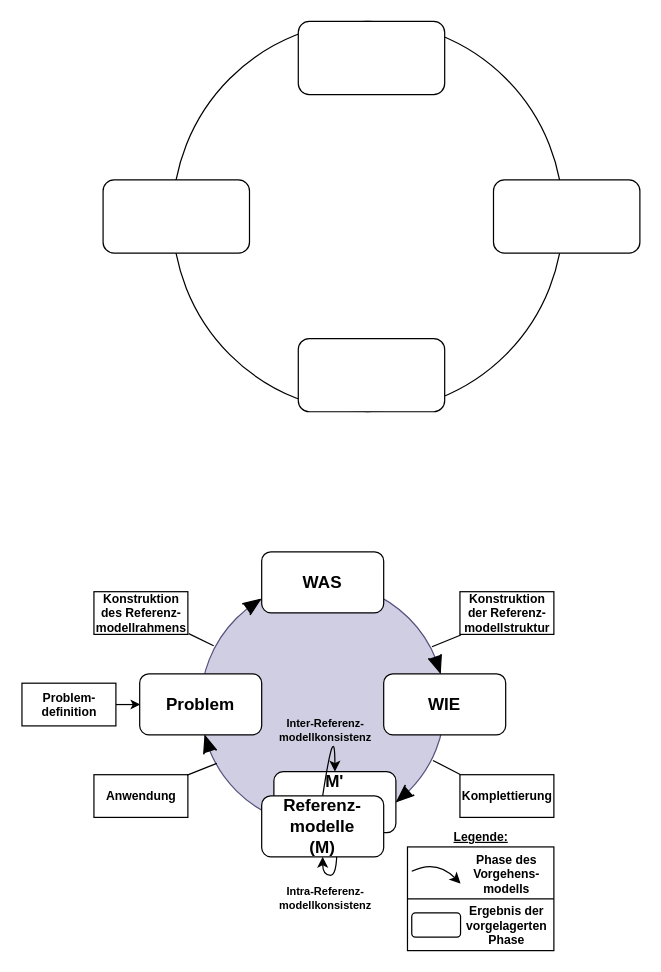
LukvonStrom/Bachelorarbeit keeps this draw.io diagram as page "Vorgehen-Referenzmodell" (3 of 15) of Bachelorarbeit.drawio. Above is the earlier version. Source tidied: cells renumbered, new cells numbered last; positions are measured from the earlier drawing's top-left corner, leaving out a move shared by most shapes. Both pictures are drawn from the tidied source at 122%, with x=0, y=0 at pixel (22, 21).
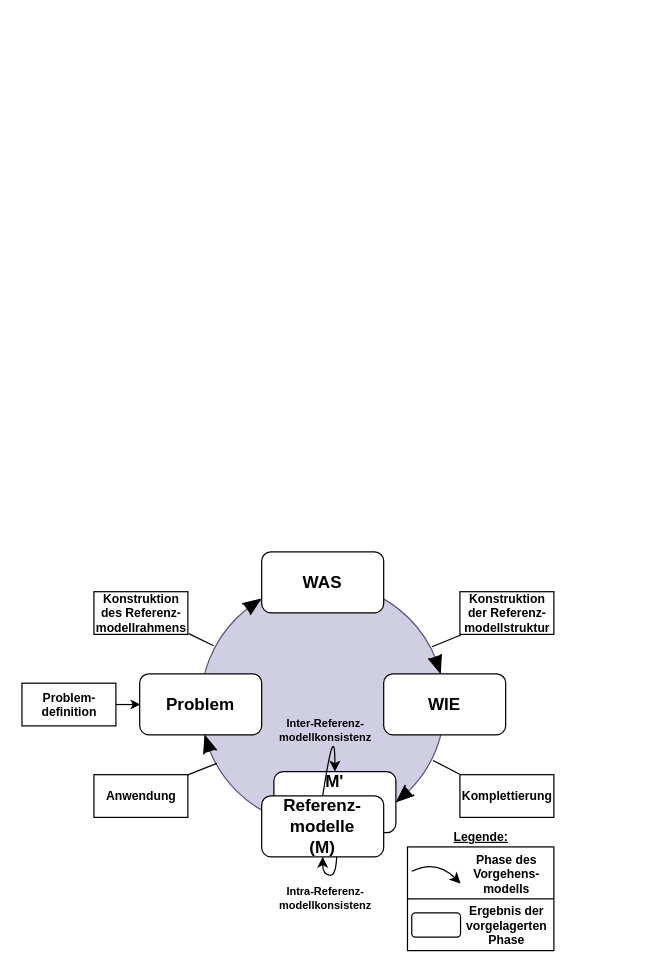
The same diagram, later.

Change to the diagram source:
```diff
@@
-    <mxCell id="2" style="ellipse;whiteSpace=wrap;html=1;" parent="1" vertex="1">
-      <mxGeometry x="123" width="320" height="320" as="geometry" />
-    </mxCell>
-    <mxCell id="3" style="rounded=1;whiteSpace=wrap;html=1;" parent="1" vertex="1">
-      <mxGeometry x="226" width="120" height="60" as="geometry" />
-    </mxCell>
-    <mxCell id="4" style="rounded=1;whiteSpace=wrap;html=1;" parent="1" vertex="1">
-      <mxGeometry x="226" y="260" width="120" height="60" as="geometry" />
-    </mxCell>
@@
-    <mxCell id="6" style="rounded=1;whiteSpace=wrap;html=1;" parent="1" vertex="1">
-      <mxGeometry x="66" y="130" width="120" height="60" as="geometry" />
-    </mxCell>
-    <mxCell id="7" style="rounded=1;whiteSpace=wrap;html=1;" parent="1" vertex="1">
-      <mxGeometry x="386" y="130" width="120" height="60" as="geometry" />
-    </mxCell>
```
